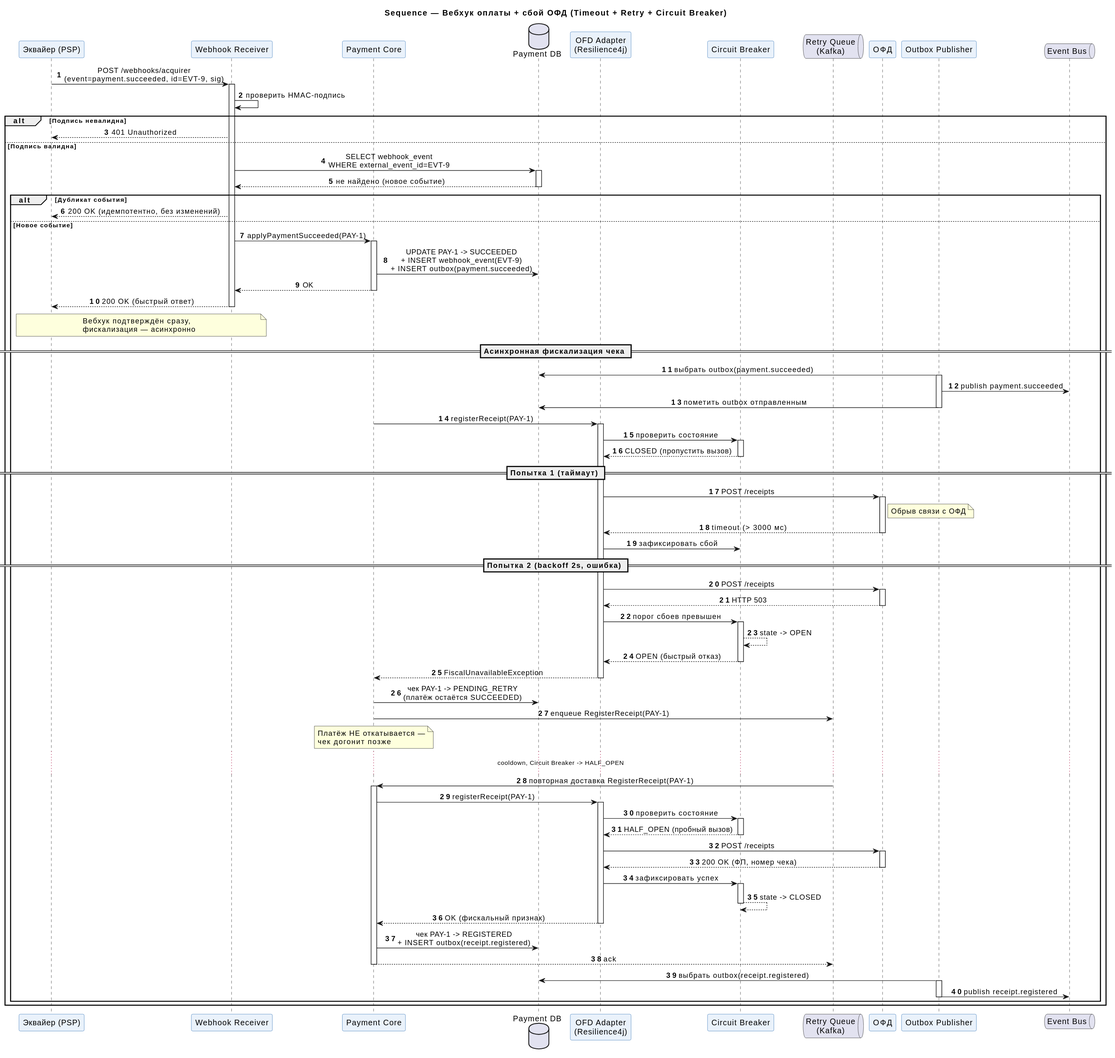
mak964-afk/payment-gateway-service keeps this PlantUML diagram as diagrams/rendered/sequence_payment_webhook_failure.svg. Above is the earlier version. The source it was exported from:
```plantuml
@startuml
title Sequence — Вебхук оплаты + сбой ОФД (Timeout + Retry + Circuit Breaker)

skinparam backgroundColor #FFFFFF
skinparam shadowing false
skinparam sequenceMessageAlign center
skinparam ParticipantBackgroundColor #EAF2FB
skinparam ParticipantBorderColor #2C6FB5

participant "Эквайер (PSP)" as Acq
participant "Webhook Receiver" as WH
participant "Payment Core" as Core
database "Payment DB" as DB
participant "OFD Adapter\n(Resilience4j)" as Adapter
participant "Circuit Breaker" as CB
queue "Retry Queue\n(Kafka)" as RQ
participant "ОФД" as OFD
participant "Outbox Publisher" as Pub
queue "Event Bus" as Bus

autonumber

Acq -> WH : POST /webhooks/acquirer\n(event=payment.succeeded, id=EVT-9, sig)
activate WH

WH -> WH : проверить HMAC-подпись
alt Подпись невалидна
    WH --> Acq : 401 Unauthorized
else Подпись валидна
    WH -> DB : SELECT webhook_event\nWHERE external_event_id=EVT-9
    activate DB
    DB --> WH : не найдено (новое событие)
    deactivate DB

    alt Дубликат события
        WH --> Acq : 200 OK (идемпотентно, без изменений)
    else Новое событие
        WH -> Core : applyPaymentSucceeded(PAY-1)
        activate Core
        Core -> DB : UPDATE PAY-1 -> SUCCEEDED\n+ INSERT webhook_event(EVT-9)\n+ INSERT outbox(payment.succeeded)
        Core --> WH : OK
        deactivate Core
        WH --> Acq : 200 OK (быстрый ответ)
        deactivate WH
        note over WH,Acq : Вебхук подтверждён сразу,\nфискализация — асинхронно

        == Асинхронная фискализация чека ==
        Pub -> DB : выбрать outbox(payment.succeeded)
        activate Pub
        Pub -> Bus : publish payment.succeeded
        Pub -> DB : пометить outbox отправленным
        deactivate Pub

        Core -> Adapter : registerReceipt(PAY-1)
        activate Adapter
        Adapter -> CB : проверить состояние
        activate CB
        CB --> Adapter : CLOSED (пропустить вызов)
        deactivate CB

        == Попытка 1 (таймаут) ==
        Adapter -> OFD : POST /receipts
        activate OFD
        note right of OFD : Обрыв связи с ОФД
        OFD --> Adapter : timeout (> 3000 мс)
        deactivate OFD
        Adapter -> CB : зафиксировать сбой

        == Попытка 2 (backoff 2s, ошибка) ==
        Adapter -> OFD : POST /receipts
        activate OFD
        OFD --> Adapter : HTTP 503
        deactivate OFD
        Adapter -> CB : порог сбоев превышен
        activate CB
        CB --> CB : state -> OPEN
        CB --> Adapter : OPEN (быстрый отказ)
        deactivate CB

        Adapter --> Core : FiscalUnavailableException
        deactivate Adapter

        Core -> DB : чек PAY-1 -> PENDING_RETRY\n(платёж остаётся SUCCEEDED)
        Core -> RQ : enqueue RegisterReceipt(PAY-1)
        note over Core : Платёж НЕ откатывается —\nчек догонит позже

        ... cooldown, Circuit Breaker -> HALF_OPEN ...

        RQ -> Core : повторная доставка RegisterReceipt(PAY-1)
        activate Core
        Core -> Adapter : registerReceipt(PAY-1)
        activate Adapter
        Adapter -> CB : проверить состояние
        activate CB
        CB --> Adapter : HALF_OPEN (пробный вызов)
        deactivate CB
        Adapter -> OFD : POST /receipts
        activate OFD
        OFD --> Adapter : 200 OK (ФП, номер чека)
        deactivate OFD
        Adapter -> CB : зафиксировать успех
        activate CB
        CB --> CB : state -> CLOSED
        deactivate CB
        Adapter --> Core : OK (фискальный признак)
        deactivate Adapter

        Core -> DB : чек PAY-1 -> REGISTERED\n+ INSERT outbox(receipt.registered)
        Core --> RQ : ack
        deactivate Core

        Pub -> DB : выбрать outbox(receipt.registered)
        activate Pub
        Pub -> Bus : publish receipt.registered
        deactivate Pub
    end
end
@enduml
```
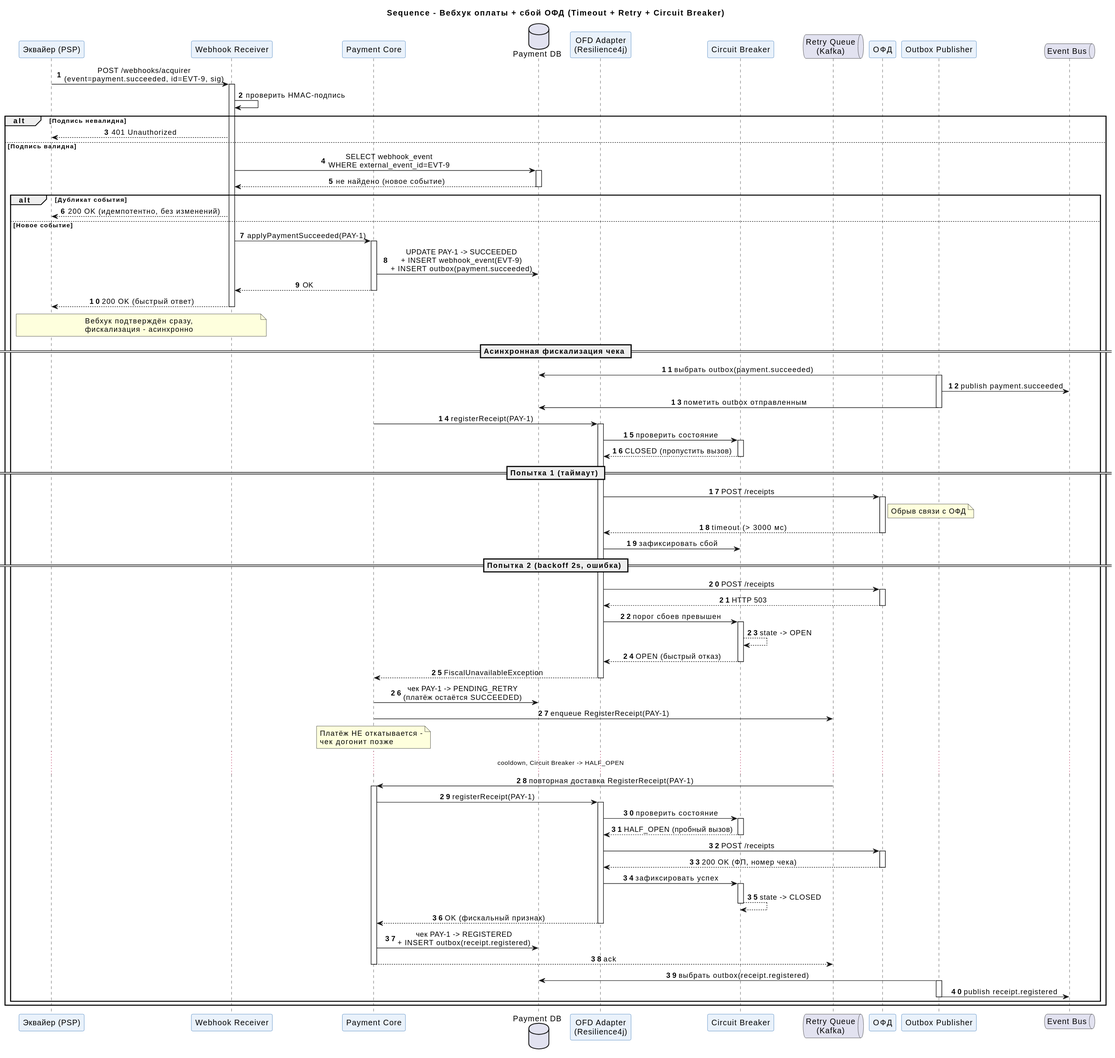
After the change.

What changed in the source:
```diff
@@ -1,5 +1,5 @@
 @startuml
-title Sequence — Вебхук оплаты + сбой ОФД (Timeout + Retry + Circuit Breaker)
+title Sequence - Вебхук оплаты + сбой ОФД (Timeout + Retry + Circuit Breaker)
 
 skinparam backgroundColor #FFFFFF
 skinparam shadowing false
@@ -42,7 +42,7 @@
         deactivate Core
         WH --> Acq : 200 OK (быстрый ответ)
         deactivate WH
-        note over WH,Acq : Вебхук подтверждён сразу,\nфискализация — асинхронно
+        note over WH,Acq : Вебхук подтверждён сразу,\nфискализация - асинхронно
 
         == Асинхронная фискализация чека ==
         Pub -> DB : выбрать outbox(payment.succeeded)
@@ -82,7 +82,7 @@
 
         Core -> DB : чек PAY-1 -> PENDING_RETRY\n(платёж остаётся SUCCEEDED)
         Core -> RQ : enqueue RegisterReceipt(PAY-1)
-        note over Core : Платёж НЕ откатывается —\nчек догонит позже
+        note over Core : Платёж НЕ откатывается -\nчек догонит позже
 
         ... cooldown, Circuit Breaker -> HALF_OPEN ...
 
```
